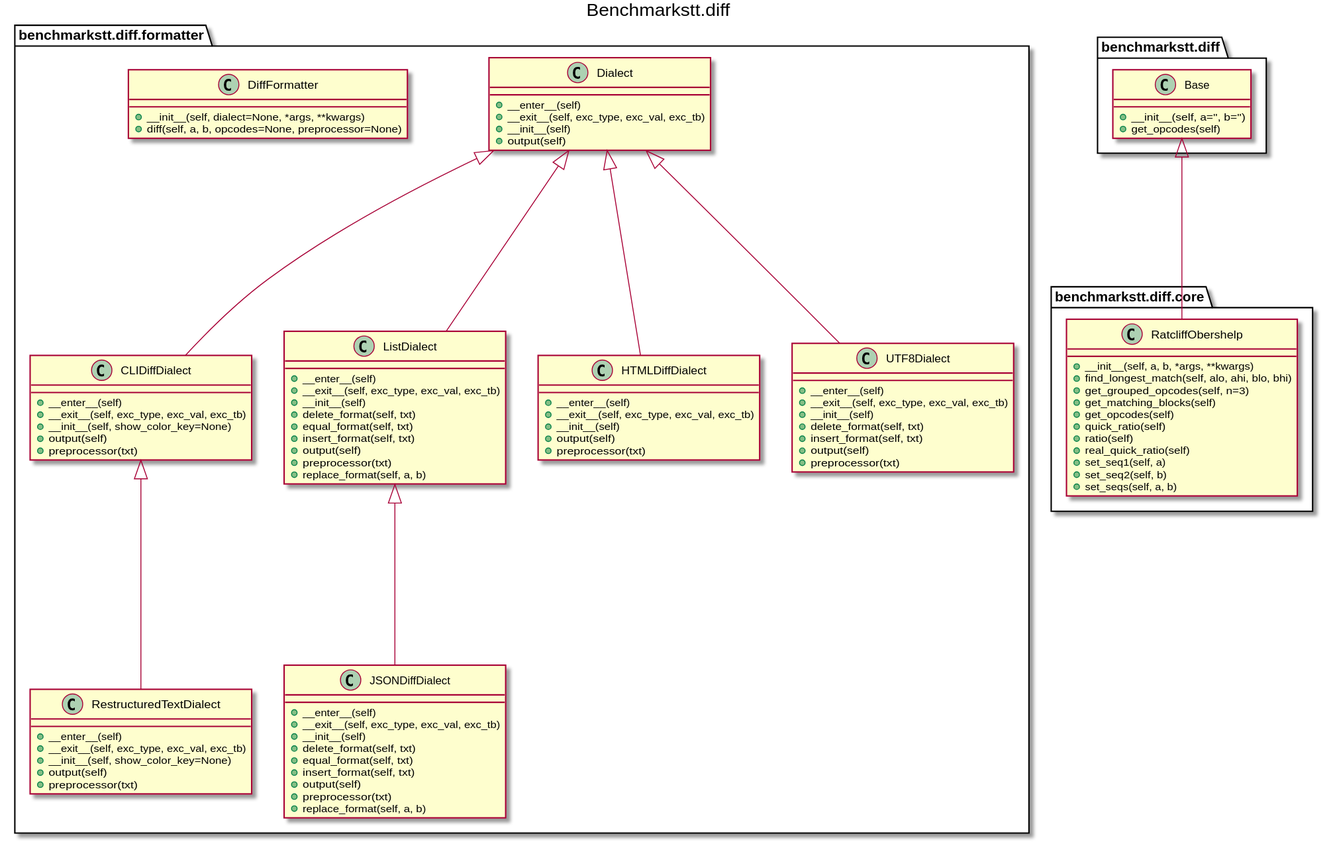
This is docs/_static/uml/benchmarkstt.diff.svg from ebu/benchmarkstt, a PlantUML export, as it was before one commit. Its diagram source:
```plantuml
@startuml
title Benchmarkstt.diff
		class benchmarkstt.diff.formatter.CLIDiffDialect [[https://benchmarkstt.readthedocs.io/en/latest/modules/benchmarkstt.diff.formatter.html#benchmarkstt.diff.formatter.CLIDiffDialect]] {
			+__enter__(self)
			+__exit__(self, exc_type, exc_val, exc_tb)
			+__init__(self, show_color_key=None)
			+output(self)
			+preprocessor(txt)
		}
		class benchmarkstt.diff.formatter.Dialect [[https://benchmarkstt.readthedocs.io/en/latest/modules/benchmarkstt.diff.formatter.html#benchmarkstt.diff.formatter.Dialect]] {
			+__enter__(self)
			+__exit__(self, exc_type, exc_val, exc_tb)
			+__init__(self)
			+output(self)
		}
		class benchmarkstt.diff.formatter.DiffFormatter [[https://benchmarkstt.readthedocs.io/en/latest/modules/benchmarkstt.diff.formatter.html#benchmarkstt.diff.formatter.DiffFormatter]] {
			+__init__(self, dialect=None, *args, **kwargs)
			+diff(self, a, b, opcodes=None, preprocessor=None)
		}
		class benchmarkstt.diff.formatter.HTMLDiffDialect [[https://benchmarkstt.readthedocs.io/en/latest/modules/benchmarkstt.diff.formatter.html#benchmarkstt.diff.formatter.HTMLDiffDialect]] {
			+__enter__(self)
			+__exit__(self, exc_type, exc_val, exc_tb)
			+__init__(self)
			+output(self)
			+preprocessor(txt)
		}
		class benchmarkstt.diff.formatter.JSONDiffDialect [[https://benchmarkstt.readthedocs.io/en/latest/modules/benchmarkstt.diff.formatter.html#benchmarkstt.diff.formatter.JSONDiffDialect]] {
			+__enter__(self)
			+__exit__(self, exc_type, exc_val, exc_tb)
			+__init__(self)
			+delete_format(self, txt)
			+equal_format(self, txt)
			+insert_format(self, txt)
			+output(self)
			+preprocessor(txt)
			+replace_format(self, a, b)
		}
		class benchmarkstt.diff.formatter.ListDialect [[https://benchmarkstt.readthedocs.io/en/latest/modules/benchmarkstt.diff.formatter.html#benchmarkstt.diff.formatter.ListDialect]] {
			+__enter__(self)
			+__exit__(self, exc_type, exc_val, exc_tb)
			+__init__(self)
			+delete_format(self, txt)
			+equal_format(self, txt)
			+insert_format(self, txt)
			+output(self)
			+preprocessor(txt)
			+replace_format(self, a, b)
		}
		class benchmarkstt.diff.formatter.RestructuredTextDialect [[https://benchmarkstt.readthedocs.io/en/latest/modules/benchmarkstt.diff.formatter.html#benchmarkstt.diff.formatter.RestructuredTextDialect]] {
			+__enter__(self)
			+__exit__(self, exc_type, exc_val, exc_tb)
			+__init__(self, show_color_key=None)
			+output(self)
			+preprocessor(txt)
		}
		class benchmarkstt.diff.formatter.UTF8Dialect [[https://benchmarkstt.readthedocs.io/en/latest/modules/benchmarkstt.diff.formatter.html#benchmarkstt.diff.formatter.UTF8Dialect]] {
			+__enter__(self)
			+__exit__(self, exc_type, exc_val, exc_tb)
			+__init__(self)
			+delete_format(self, txt)
			+insert_format(self, txt)
			+output(self)
			+preprocessor(txt)
		}
		class benchmarkstt.diff.Base [[https://benchmarkstt.readthedocs.io/en/latest/modules/benchmarkstt.diff.html#benchmarkstt.diff.Base]] {
			+__init__(self, a='', b='')
			+get_opcodes(self)
		}
		class benchmarkstt.diff.core.RatcliffObershelp [[https://benchmarkstt.readthedocs.io/en/latest/modules/benchmarkstt.diff.core.html#benchmarkstt.diff.core.RatcliffObershelp]] {
			+__init__(self, a, b, *args, **kwargs)
			+find_longest_match(self, alo, ahi, blo, bhi)
			+get_grouped_opcodes(self, n=3)
			+get_matching_blocks(self)
			+get_opcodes(self)
			+quick_ratio(self)
			+ratio(self)
			+real_quick_ratio(self)
			+set_seq1(self, a)
			+set_seq2(self, b)
			+set_seqs(self, a, b)
		}

benchmarkstt.diff.formatter.CLIDiffDialect --up--|> benchmarkstt.diff.formatter.Dialect
benchmarkstt.diff.formatter.HTMLDiffDialect --up--|> benchmarkstt.diff.formatter.Dialect
benchmarkstt.diff.formatter.JSONDiffDialect --up--|> benchmarkstt.diff.formatter.ListDialect
benchmarkstt.diff.formatter.ListDialect --up--|> benchmarkstt.diff.formatter.Dialect
benchmarkstt.diff.formatter.RestructuredTextDialect --up--|> benchmarkstt.diff.formatter.CLIDiffDialect
benchmarkstt.diff.formatter.UTF8Dialect --up--|> benchmarkstt.diff.formatter.Dialect
benchmarkstt.diff.core.RatcliffObershelp --up--|> benchmarkstt.diff.Base
@enduml
```
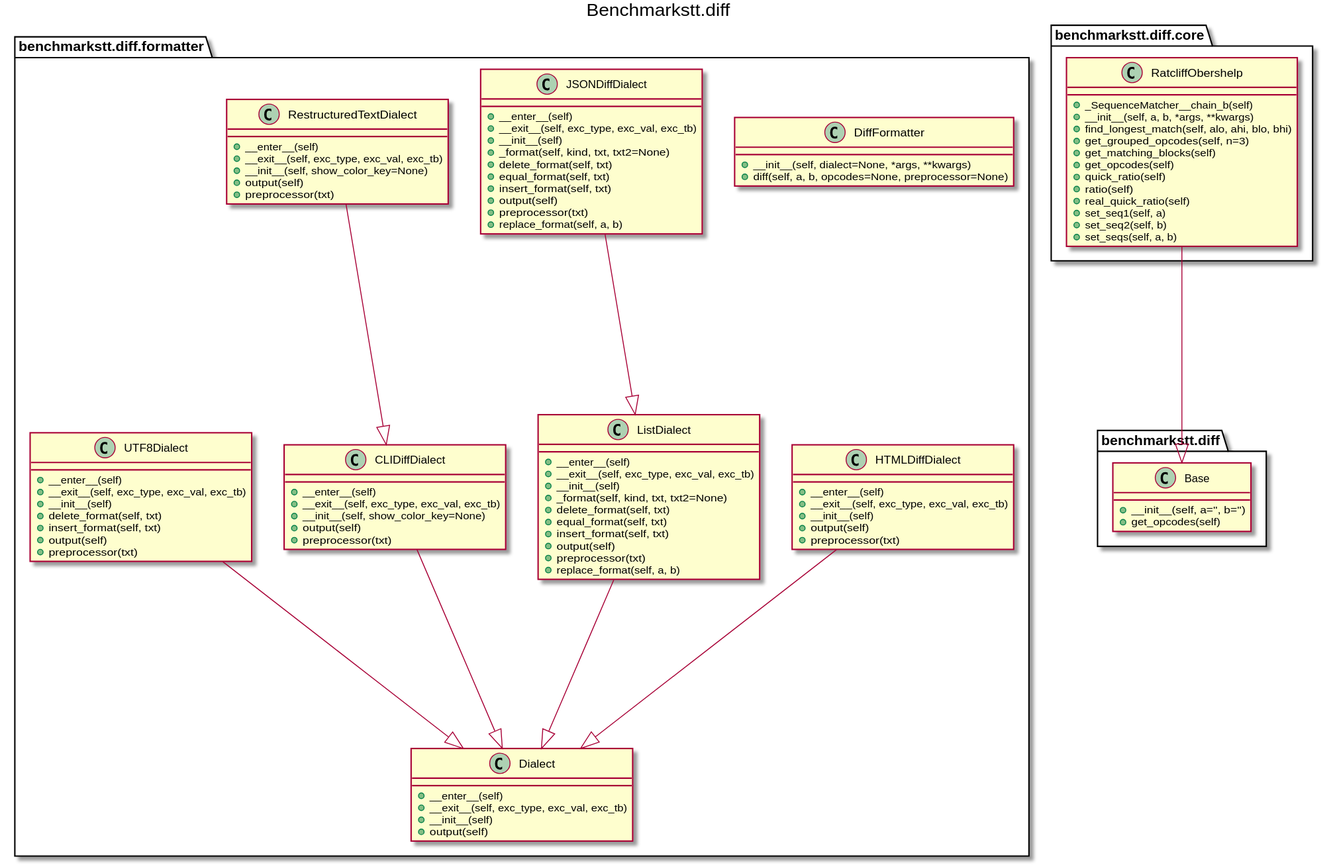
Above is the later version.

Change to the diagram source:
```diff
@@ -1,90 +1,104 @@
 @startuml
 title Benchmarkstt.diff
-		class benchmarkstt.diff.formatter.CLIDiffDialect [[https://benchmarkstt.readthedocs.io/en/latest/modules/benchmarkstt.diff.formatter.html#benchmarkstt.diff.formatter.CLIDiffDialect]] {
-			+__enter__(self)
-			+__exit__(self, exc_type, exc_val, exc_tb)
-			+__init__(self, show_color_key=None)
-			+output(self)
-			+preprocessor(txt)
-		}
-		class benchmarkstt.diff.formatter.Dialect [[https://benchmarkstt.readthedocs.io/en/latest/modules/benchmarkstt.diff.formatter.html#benchmarkstt.diff.formatter.Dialect]] {
-			+__enter__(self)
-			+__exit__(self, exc_type, exc_val, exc_tb)
-			+__init__(self)
-			+output(self)
-		}
-		class benchmarkstt.diff.formatter.DiffFormatter [[https://benchmarkstt.readthedocs.io/en/latest/modules/benchmarkstt.diff.formatter.html#benchmarkstt.diff.formatter.DiffFormatter]] {
-			+__init__(self, dialect=None, *args, **kwargs)
-			+diff(self, a, b, opcodes=None, preprocessor=None)
-		}
-		class benchmarkstt.diff.formatter.HTMLDiffDialect [[https://benchmarkstt.readthedocs.io/en/latest/modules/benchmarkstt.diff.formatter.html#benchmarkstt.diff.formatter.HTMLDiffDialect]] {
-			+__enter__(self)
-			+__exit__(self, exc_type, exc_val, exc_tb)
-			+__init__(self)
-			+output(self)
-			+preprocessor(txt)
-		}
-		class benchmarkstt.diff.formatter.JSONDiffDialect [[https://benchmarkstt.readthedocs.io/en/latest/modules/benchmarkstt.diff.formatter.html#benchmarkstt.diff.formatter.JSONDiffDialect]] {
-			+__enter__(self)
-			+__exit__(self, exc_type, exc_val, exc_tb)
-			+__init__(self)
-			+delete_format(self, txt)
-			+equal_format(self, txt)
-			+insert_format(self, txt)
-			+output(self)
-			+preprocessor(txt)
-			+replace_format(self, a, b)
-		}
-		class benchmarkstt.diff.formatter.ListDialect [[https://benchmarkstt.readthedocs.io/en/latest/modules/benchmarkstt.diff.formatter.html#benchmarkstt.diff.formatter.ListDialect]] {
-			+__enter__(self)
-			+__exit__(self, exc_type, exc_val, exc_tb)
-			+__init__(self)
-			+delete_format(self, txt)
-			+equal_format(self, txt)
-			+insert_format(self, txt)
-			+output(self)
-			+preprocessor(txt)
-			+replace_format(self, a, b)
-		}
-		class benchmarkstt.diff.formatter.RestructuredTextDialect [[https://benchmarkstt.readthedocs.io/en/latest/modules/benchmarkstt.diff.formatter.html#benchmarkstt.diff.formatter.RestructuredTextDialect]] {
-			+__enter__(self)
-			+__exit__(self, exc_type, exc_val, exc_tb)
-			+__init__(self, show_color_key=None)
-			+output(self)
-			+preprocessor(txt)
-		}
-		class benchmarkstt.diff.formatter.UTF8Dialect [[https://benchmarkstt.readthedocs.io/en/latest/modules/benchmarkstt.diff.formatter.html#benchmarkstt.diff.formatter.UTF8Dialect]] {
-			+__enter__(self)
-			+__exit__(self, exc_type, exc_val, exc_tb)
-			+__init__(self)
-			+delete_format(self, txt)
-			+insert_format(self, txt)
-			+output(self)
-			+preprocessor(txt)
-		}
-		class benchmarkstt.diff.Base [[https://benchmarkstt.readthedocs.io/en/latest/modules/benchmarkstt.diff.html#benchmarkstt.diff.Base]] {
-			+__init__(self, a='', b='')
-			+get_opcodes(self)
-		}
-		class benchmarkstt.diff.core.RatcliffObershelp [[https://benchmarkstt.readthedocs.io/en/latest/modules/benchmarkstt.diff.core.html#benchmarkstt.diff.core.RatcliffObershelp]] {
-			+__init__(self, a, b, *args, **kwargs)
-			+find_longest_match(self, alo, ahi, blo, bhi)
-			+get_grouped_opcodes(self, n=3)
-			+get_matching_blocks(self)
-			+get_opcodes(self)
-			+quick_ratio(self)
-			+ratio(self)
-			+real_quick_ratio(self)
-			+set_seq1(self, a)
-			+set_seq2(self, b)
-			+set_seqs(self, a, b)
-		}
 
-benchmarkstt.diff.formatter.CLIDiffDialect --up--|> benchmarkstt.diff.formatter.Dialect
-benchmarkstt.diff.formatter.HTMLDiffDialect --up--|> benchmarkstt.diff.formatter.Dialect
-benchmarkstt.diff.formatter.JSONDiffDialect --up--|> benchmarkstt.diff.formatter.ListDialect
-benchmarkstt.diff.formatter.ListDialect --up--|> benchmarkstt.diff.formatter.Dialect
-benchmarkstt.diff.formatter.RestructuredTextDialect --up--|> benchmarkstt.diff.formatter.CLIDiffDialect
-benchmarkstt.diff.formatter.UTF8Dialect --up--|> benchmarkstt.diff.formatter.Dialect
-benchmarkstt.diff.core.RatcliffObershelp --up--|> benchmarkstt.diff.Base
+
+class benchmarkstt.diff.formatter.CLIDiffDialect [[https://benchmarkstt.readthedocs.io/en/latest/modules/benchmarkstt.diff.formatter.html#benchmarkstt.diff.formatter.CLIDiffDialect]] {
+	+__enter__(self)
+	+__exit__(self, exc_type, exc_val, exc_tb)
+	+__init__(self, show_color_key=None)
+	+output(self)
+	+preprocessor(txt)
+}
+
+class benchmarkstt.diff.formatter.Dialect [[https://benchmarkstt.readthedocs.io/en/latest/modules/benchmarkstt.diff.formatter.html#benchmarkstt.diff.formatter.Dialect]] {
+	+__enter__(self)
+	+__exit__(self, exc_type, exc_val, exc_tb)
+	+__init__(self)
+	+output(self)
+}
+
+class benchmarkstt.diff.formatter.DiffFormatter [[https://benchmarkstt.readthedocs.io/en/latest/modules/benchmarkstt.diff.formatter.html#benchmarkstt.diff.formatter.DiffFormatter]] {
+	+__init__(self, dialect=None, *args, **kwargs)
+	+diff(self, a, b, opcodes=None, preprocessor=None)
+}
+
+class benchmarkstt.diff.formatter.HTMLDiffDialect [[https://benchmarkstt.readthedocs.io/en/latest/modules/benchmarkstt.diff.formatter.html#benchmarkstt.diff.formatter.HTMLDiffDialect]] {
+	+__enter__(self)
+	+__exit__(self, exc_type, exc_val, exc_tb)
+	+__init__(self)
+	+output(self)
+	+preprocessor(txt)
+}
+
+class benchmarkstt.diff.formatter.JSONDiffDialect [[https://benchmarkstt.readthedocs.io/en/latest/modules/benchmarkstt.diff.formatter.html#benchmarkstt.diff.formatter.JSONDiffDialect]] {
+	+__enter__(self)
+	+__exit__(self, exc_type, exc_val, exc_tb)
+	+__init__(self)
+	+_format(self, kind, txt, txt2=None)
+	+delete_format(self, txt)
+	+equal_format(self, txt)
+	+insert_format(self, txt)
+	+output(self)
+	+preprocessor(txt)
+	+replace_format(self, a, b)
+}
+
+class benchmarkstt.diff.formatter.ListDialect [[https://benchmarkstt.readthedocs.io/en/latest/modules/benchmarkstt.diff.formatter.html#benchmarkstt.diff.formatter.ListDialect]] {
+	+__enter__(self)
+	+__exit__(self, exc_type, exc_val, exc_tb)
+	+__init__(self)
+	+_format(self, kind, txt, txt2=None)
+	+delete_format(self, txt)
+	+equal_format(self, txt)
+	+insert_format(self, txt)
+	+output(self)
+	+preprocessor(txt)
+	+replace_format(self, a, b)
+}
+
+class benchmarkstt.diff.formatter.RestructuredTextDialect [[https://benchmarkstt.readthedocs.io/en/latest/modules/benchmarkstt.diff.formatter.html#benchmarkstt.diff.formatter.RestructuredTextDialect]] {
+	+__enter__(self)
+	+__exit__(self, exc_type, exc_val, exc_tb)
+	+__init__(self, show_color_key=None)
+	+output(self)
+	+preprocessor(txt)
+}
+
+class benchmarkstt.diff.formatter.UTF8Dialect [[https://benchmarkstt.readthedocs.io/en/latest/modules/benchmarkstt.diff.formatter.html#benchmarkstt.diff.formatter.UTF8Dialect]] {
+	+__enter__(self)
+	+__exit__(self, exc_type, exc_val, exc_tb)
+	+__init__(self)
+	+delete_format(self, txt)
+	+insert_format(self, txt)
+	+output(self)
+	+preprocessor(txt)
+}
+
+class benchmarkstt.diff.Base [[https://benchmarkstt.readthedocs.io/en/latest/modules/benchmarkstt.diff.html#benchmarkstt.diff.Base]] {
+	+__init__(self, a='', b='')
+	+get_opcodes(self)
+}
+
+class benchmarkstt.diff.core.RatcliffObershelp [[https://benchmarkstt.readthedocs.io/en/latest/modules/benchmarkstt.diff.core.html#benchmarkstt.diff.core.RatcliffObershelp]] {
+	+_SequenceMatcher__chain_b(self)
+	+__init__(self, a, b, *args, **kwargs)
+	+find_longest_match(self, alo, ahi, blo, bhi)
+	+get_grouped_opcodes(self, n=3)
+	+get_matching_blocks(self)
+	+get_opcodes(self)
+	+quick_ratio(self)
+	+ratio(self)
+	+real_quick_ratio(self)
+	+set_seq1(self, a)
+	+set_seq2(self, b)
+	+set_seqs(self, a, b)
+}
+
+benchmarkstt.diff.formatter.CLIDiffDialect ----|> benchmarkstt.diff.formatter.Dialect
+benchmarkstt.diff.formatter.HTMLDiffDialect ----|> benchmarkstt.diff.formatter.Dialect
+benchmarkstt.diff.formatter.JSONDiffDialect ----|> benchmarkstt.diff.formatter.ListDialect
+benchmarkstt.diff.formatter.ListDialect ----|> benchmarkstt.diff.formatter.Dialect
+benchmarkstt.diff.formatter.RestructuredTextDialect ----|> benchmarkstt.diff.formatter.CLIDiffDialect
+benchmarkstt.diff.formatter.UTF8Dialect ----|> benchmarkstt.diff.formatter.Dialect
+benchmarkstt.diff.core.RatcliffObershelp ----|> benchmarkstt.diff.Base
 @enduml
```
